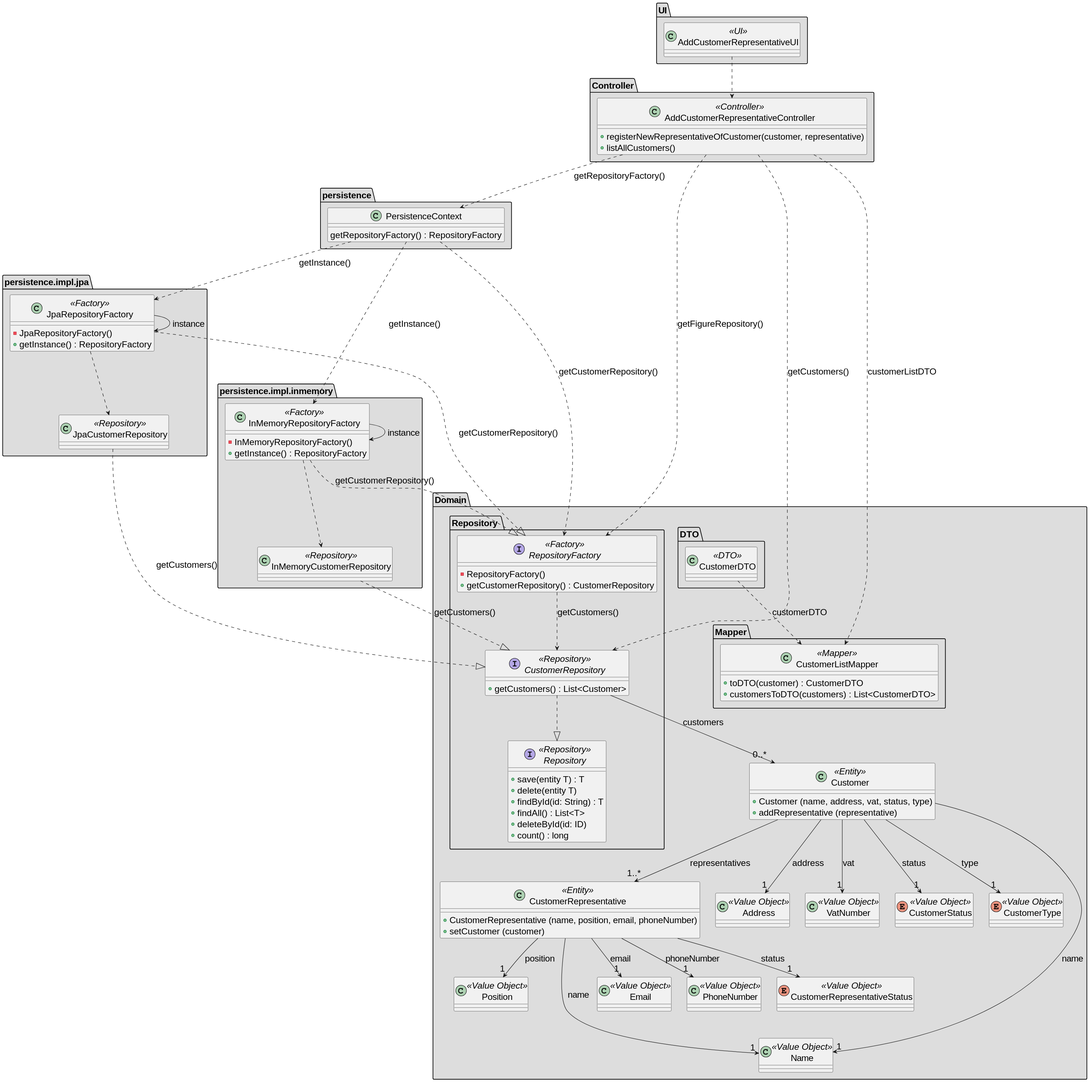
diogoveirospro/sem4pi-2024-2025-sem4pi_2024_2025_g44 keeps this PlantUML diagram as docs/SPRINT_2/US221/images/class_diagram_us221.svg. Above is the earlier version. Its diagram source:
```plantuml
@startuml
skinparamlocked defaultFontSize 20
set separator none

package "Domain" #DDDDDD {

    package "DTO" #DDDDDD {
        class CustomerDTO <<DTO>> {

        }
    }

    package "Mapper" #DDDDDD {
        class CustomerListMapper <<Mapper>> {
            + toDTO(customer) : CustomerDTO
            + customersToDTO(customers) : List<CustomerDTO>
        }
    }

    package "Repository " #DDDDDD {
        Interface CustomerRepository <<Repository>> {
            + getCustomers() : List<Customer>
        }

        Interface RepositoryFactory <<Factory>> {
            - RepositoryFactory()
            + getCustomerRepository() : CustomerRepository
        }

        Interface Repository <<Repository>> {
            + save(entity T) : T
            + delete(entity T)
            + findById(id: String) : T
            + findAll() : List<T>
            + deleteById(id: ID)
            + count() : long
        }

    }

    class Customer <<Entity>> {
        + Customer (name, address, vat, status, type)
        + addRepresentative (representative)
    }
    class CustomerRepresentative <<Entity>> {
        + CustomerRepresentative (name, position, email, phoneNumber)
        + setCustomer (customer)
    }

    class Address <<Value Object>> {

    }
    class VatNumber <<Value Object>> {

    }
    enum CustomerStatus <<Value Object>> {

    }
    enum CustomerType <<Value Object>> {

    }
    class Position <<Value Object>> {

    }
    class Name <<Value Object>> {

    }
    class Email <<Value Object>> {

    }
    class PhoneNumber <<Value Object>> {

    }

    enum CustomerRepresentativeStatus <<Value Object>>{
    }
}

package "UI" #DDDDDD {
    class AddCustomerRepresentativeUI <<UI>> {

    }
}

package "Controller" #DDDDDD {
    class AddCustomerRepresentativeController <<Controller>> {
        + registerNewRepresentativeOfCustomer(customer, representative)
        + listAllCustomers()
    }
}

package "persistence.impl.jpa" #DDDDDD {
    class JpaCustomerRepository <<Repository>> {
    }

    class JpaRepositoryFactory <<Factory>> {
        - JpaRepositoryFactory()
        + getInstance() : RepositoryFactory
    }

}

package "persistence.impl.inmemory" #DDDDDD {
    class InMemoryCustomerRepository <<Repository>> {
    }

    class InMemoryRepositoryFactory <<Factory>> {
        - InMemoryRepositoryFactory()
        + getInstance() : RepositoryFactory
    }
}

package "persistence" #DDDDDD {
    class PersistenceContext {
        getRepositoryFactory() : RepositoryFactory
    }
}

Customer --> "1..*" CustomerRepresentative : representatives
Customer --> "1" VatNumber : vat
Customer --> "1" Address : address
Customer --> "1" CustomerStatus : status
Customer --> "1" CustomerType : type
Customer ----> "1" Name : name

CustomerRepresentative --> "1" Position : position
CustomerRepresentative --> "1" Name : name
CustomerRepresentative --> "1" Email : email
CustomerRepresentative --> "1" PhoneNumber : phoneNumber
CustomerRepresentative --> "1" CustomerRepresentativeStatus : status


RepositoryFactory ..> CustomerRepository : getCustomers()

CustomerRepository --> "0..*" Customer : customers

AddCustomerRepresentativeUI ..> AddCustomerRepresentativeController
AddCustomerRepresentativeController ..> RepositoryFactory : getFigureRepository()
AddCustomerRepresentativeController ..> CustomerListMapper : customerListDTO
AddCustomerRepresentativeController ..> CustomerRepository : getCustomers()
AddCustomerRepresentativeController ..> PersistenceContext : getRepositoryFactory()

CustomerDTO ..> CustomerListMapper : customerDTO

PersistenceContext ..> JpaRepositoryFactory : getInstance()
PersistenceContext ..> InMemoryRepositoryFactory : getInstance()
PersistenceContext ..> RepositoryFactory : getCustomerRepository()

JpaRepositoryFactory ...|> RepositoryFactory : getCustomerRepository()
JpaRepositoryFactory ..> JpaCustomerRepository
JpaRepositoryFactory --> JpaRepositoryFactory : instance

JpaCustomerRepository ..|> CustomerRepository : getCustomers()

InMemoryRepositoryFactory .|> RepositoryFactory : getCustomerRepository()
InMemoryRepositoryFactory ..> InMemoryCustomerRepository
InMemoryRepositoryFactory --> InMemoryRepositoryFactory : instance

InMemoryCustomerRepository ..|> CustomerRepository : getCustomers()

CustomerRepository ..|> Repository
@enduml
```
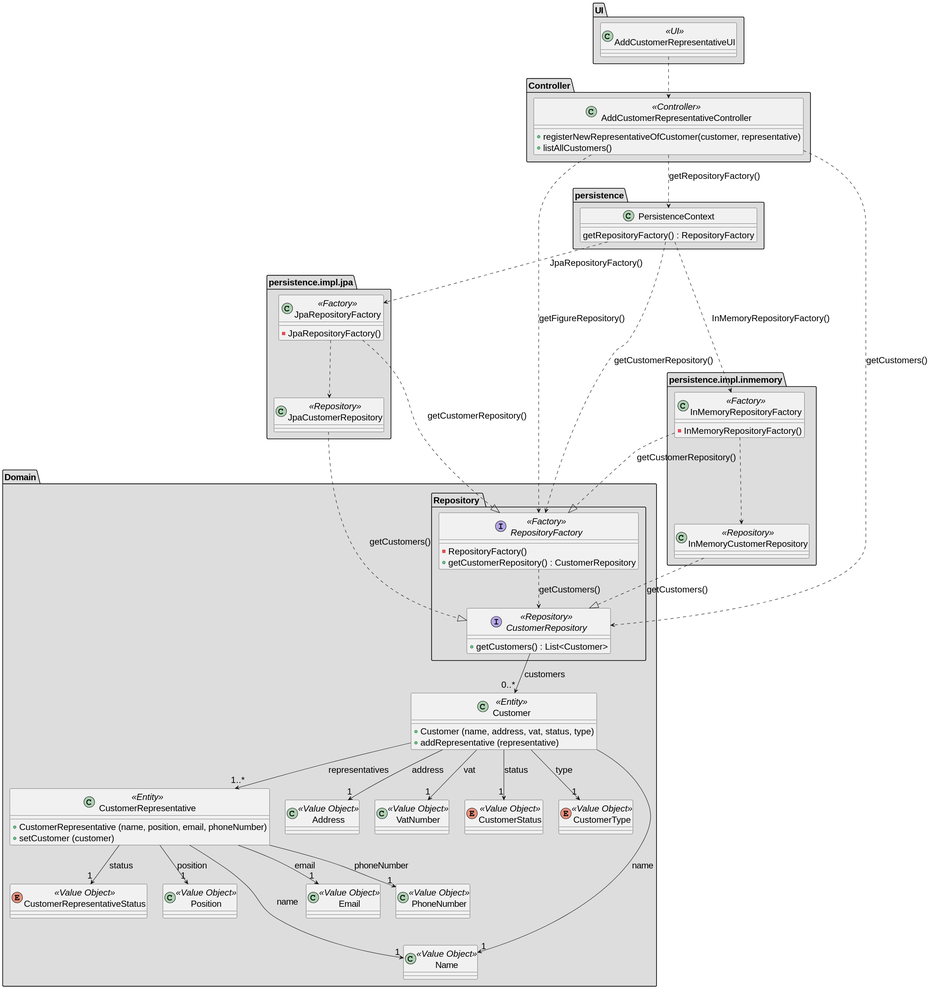
Later version of the same file.

What changed in the source:
```diff
@@ -3,19 +3,6 @@
 set separator none
 
 package "Domain" #DDDDDD {
-
-    package "DTO" #DDDDDD {
-        class CustomerDTO <<DTO>> {
-
-        }
-    }
-
-    package "Mapper" #DDDDDD {
-        class CustomerListMapper <<Mapper>> {
-            + toDTO(customer) : CustomerDTO
-            + customersToDTO(customers) : List<CustomerDTO>
-        }
-    }
 
     package "Repository " #DDDDDD {
         Interface CustomerRepository <<Repository>> {
@@ -25,15 +12,6 @@
         Interface RepositoryFactory <<Factory>> {
             - RepositoryFactory()
             + getCustomerRepository() : CustomerRepository
-        }
-
-        Interface Repository <<Repository>> {
-            + save(entity T) : T
-            + delete(entity T)
-            + findById(id: String) : T
-            + findAll() : List<T>
-            + deleteById(id: ID)
-            + count() : long
         }
 
     }
@@ -95,7 +73,6 @@
 
     class JpaRepositoryFactory <<Factory>> {
         - JpaRepositoryFactory()
-        + getInstance() : RepositoryFactory
     }
 
 }
@@ -106,7 +83,6 @@
 
     class InMemoryRepositoryFactory <<Factory>> {
         - InMemoryRepositoryFactory()
-        + getInstance() : RepositoryFactory
     }
 }
 
@@ -136,27 +112,21 @@
 
 AddCustomerRepresentativeUI ..> AddCustomerRepresentativeController
 AddCustomerRepresentativeController ..> RepositoryFactory : getFigureRepository()
-AddCustomerRepresentativeController ..> CustomerListMapper : customerListDTO
 AddCustomerRepresentativeController ..> CustomerRepository : getCustomers()
 AddCustomerRepresentativeController ..> PersistenceContext : getRepositoryFactory()
 
-CustomerDTO ..> CustomerListMapper : customerDTO
 
-PersistenceContext ..> JpaRepositoryFactory : getInstance()
-PersistenceContext ..> InMemoryRepositoryFactory : getInstance()
+PersistenceContext ..> JpaRepositoryFactory : JpaRepositoryFactory()
+PersistenceContext ..> InMemoryRepositoryFactory : InMemoryRepositoryFactory()
 PersistenceContext ..> RepositoryFactory : getCustomerRepository()
 
 JpaRepositoryFactory ...|> RepositoryFactory : getCustomerRepository()
 JpaRepositoryFactory ..> JpaCustomerRepository
-JpaRepositoryFactory --> JpaRepositoryFactory : instance
 
 JpaCustomerRepository ..|> CustomerRepository : getCustomers()
 
 InMemoryRepositoryFactory .|> RepositoryFactory : getCustomerRepository()
 InMemoryRepositoryFactory ..> InMemoryCustomerRepository
-InMemoryRepositoryFactory --> InMemoryRepositoryFactory : instance
 
 InMemoryCustomerRepository ..|> CustomerRepository : getCustomers()
-
-CustomerRepository ..|> Repository
 @enduml
```
